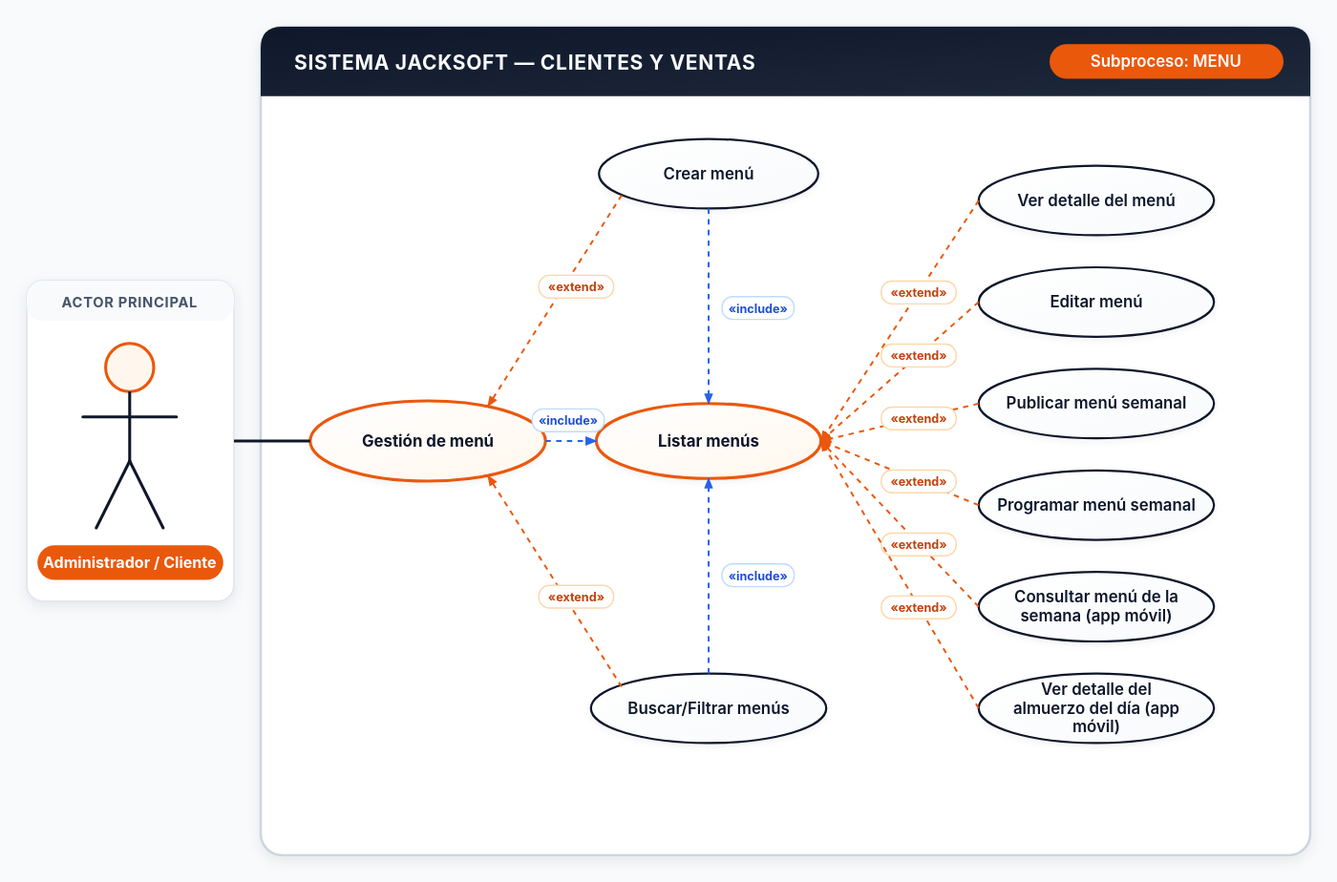
This is Diagramas_SVG/MENU.svg from alejandrogomezmesa1/Documentacion_JackSoft, a PlantUML export, as it was before one commit. Its source is kept beside it as Diagramas_PUML/MENU.puml.
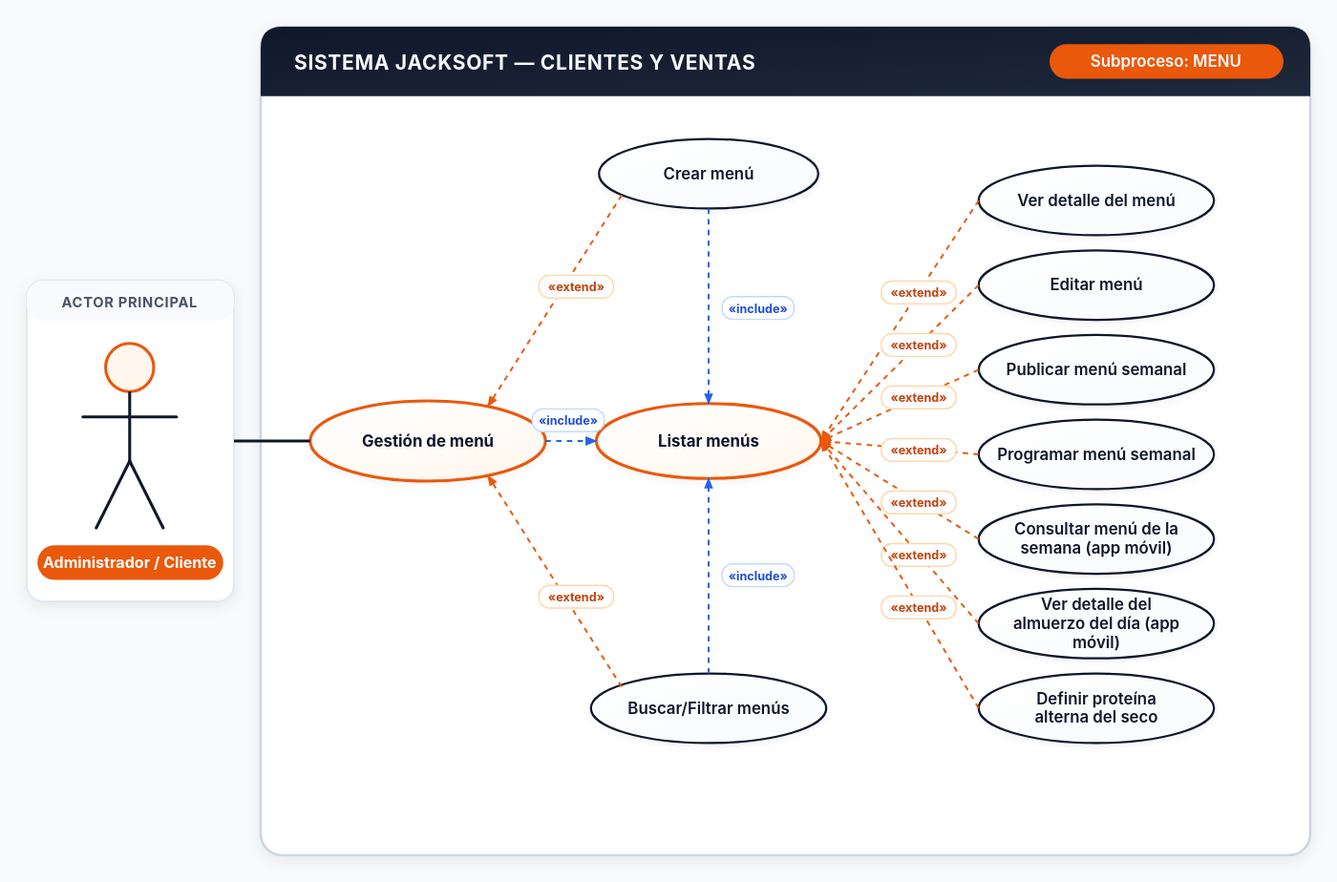
After the change.

The edit, as a diff of the source:
```diff
@@ -35,6 +35,7 @@
   usecase "Programar menú semanal" as UC_R4
   usecase "Consultar menú de la semana (app móvil)" as UC_R5
   usecase "Ver detalle del almuerzo del día (app móvil)" as UC_R6
+  usecase "Definir proteína alterna del seco" as UC_R7
 }
 
 actor_user --> UC_Hub
@@ -49,4 +50,5 @@
 UC_R4 ..> UC_Central : <<extend>>
 UC_R5 ..> UC_Central : <<extend>>
 UC_R6 ..> UC_Central : <<extend>>
+UC_R7 ..> UC_Central : <<extend>>
 @enduml
```
